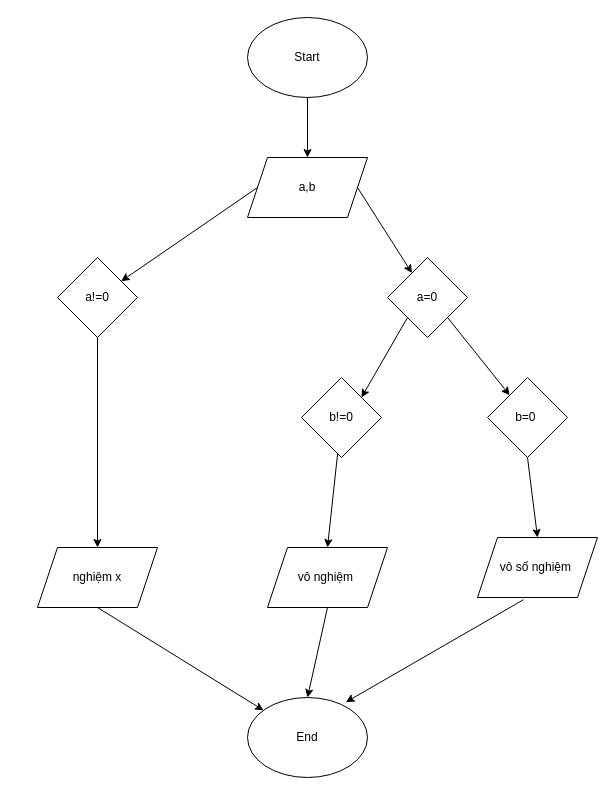
Before: ex6.drawio in loccloccc/laptrinhC-session1, a draw.io diagram. Source tidied: cells renumbered, new cells numbered last; positions are measured from the earlier drawing's top-left corner, leaving out a move shared by most shapes. Both pictures are drawn from the tidied source at 100%, with x=0, y=0 at pixel (37, 17).
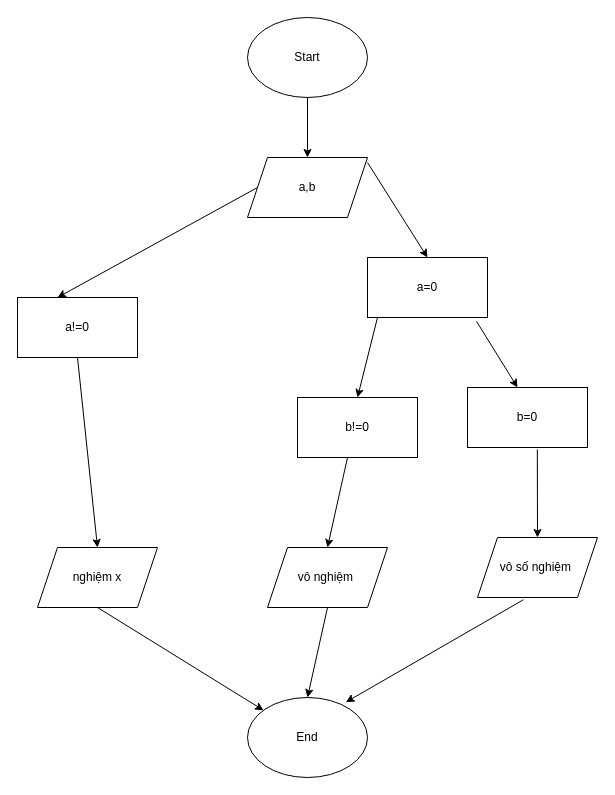
Above is the later version.

Commit message:
nộp BTVN session 1

Unchanged cells that the change refers to:
```xml
<mxCell id="3" value="a,b" style="shape=parallelogram;perimeter=parallelogramPerimeter;whiteSpace=wrap;html=1;fixedSize=1;" parent="1" vertex="1">
  <mxGeometry x="210" y="140" width="120" height="60" as="geometry" />
</mxCell>
<mxCell id="8" value="vô nghiệm&amp;nbsp;" style="shape=parallelogram;perimeter=parallelogramPerimeter;whiteSpace=wrap;html=1;fixedSize=1;" parent="1" vertex="1">
  <mxGeometry x="230" y="530" width="120" height="60" as="geometry" />
</mxCell>
<mxCell id="9" value="vô số nghiệm&amp;nbsp;" style="shape=parallelogram;perimeter=parallelogramPerimeter;whiteSpace=wrap;html=1;fixedSize=1;" parent="1" vertex="1">
  <mxGeometry x="440" y="520" width="120" height="60" as="geometry" />
</mxCell>
<mxCell id="10" value="nghiệm x" style="shape=parallelogram;perimeter=parallelogramPerimeter;whiteSpace=wrap;html=1;fixedSize=1;" parent="1" vertex="1">
  <mxGeometry y="530" width="120" height="60" as="geometry" />
</mxCell>
```

The edit, as a diff of the source:
```diff
@@
-    <mxCell id="4" value="a=0" style="rhombus;whiteSpace=wrap;html=1;" parent="1" vertex="1">
-      <mxGeometry x="350" y="240" width="80" height="80" as="geometry" />
-    </mxCell>
-    <mxCell id="5" value="a!=0" style="rhombus;whiteSpace=wrap;html=1;" parent="1" vertex="1">
-      <mxGeometry x="20" y="240" width="80" height="80" as="geometry" />
-    </mxCell>
-    <mxCell id="6" value="b!=0" style="rhombus;whiteSpace=wrap;html=1;" parent="1" vertex="1">
-      <mxGeometry x="264" y="360" width="80" height="80" as="geometry" />
-    </mxCell>
-    <mxCell id="7" value="b=0&amp;nbsp;" style="rhombus;whiteSpace=wrap;html=1;" parent="1" vertex="1">
-      <mxGeometry x="450" y="360" width="80" height="80" as="geometry" />
-    </mxCell>
@@
-    <mxCell id="11" style="endArrow=classic;html=1;rounded=0;exitX=0.5;exitY=1;exitDx=0;exitDy=0;entryX=0.5;entryY=0;entryDx=0;entryDy=0;" parent="1" edge="1" source="5" target="10">
-      <mxGeometry relative="1" as="geometry" />
+    <mxCell id="11" style="endArrow=classic;html=1;rounded=0;entryX=0.5;entryY=0;entryDx=0;entryDy=0;" parent="1" edge="1" target="10">
+      <mxGeometry relative="1" as="geometry">
+        <mxPoint x="40" y="340" as="sourcePoint" />
+      </mxGeometry>
     </mxCell>
@@
-    <mxCell id="14" style="endArrow=classic;html=1;rounded=0;exitX=0;exitY=0.5;exitDx=0;exitDy=0;" parent="1" edge="1" source="3" target="5">
-      <mxGeometry relative="1" as="geometry" />
+    <mxCell id="14" style="endArrow=classic;html=1;rounded=0;exitX=0;exitY=0.5;exitDx=0;exitDy=0;" parent="1" edge="1" source="3">
+      <mxGeometry relative="1" as="geometry">
+        <mxPoint x="20" y="280" as="targetPoint" />
+      </mxGeometry>
     </mxCell>
-    <mxCell id="15" style="endArrow=classic;html=1;rounded=0;" parent="1" edge="1" target="4">
+    <mxCell id="15" style="endArrow=classic;html=1;rounded=0;entryX=0.5;entryY=0;entryDx=0;entryDy=0;" parent="1" edge="1" target="4">
       <mxGeometry relative="1" as="geometry">
-        <mxPoint x="320" y="170" as="sourcePoint" />
+        <mxPoint x="330" y="145" as="sourcePoint" />
       </mxGeometry>
     </mxCell>
-    <mxCell id="16" style="endArrow=classic;html=1;rounded=0;exitX=0;exitY=1;exitDx=0;exitDy=0;entryX=1;entryY=0;entryDx=0;entryDy=0;" parent="1" edge="1" source="4" target="6">
-      <mxGeometry relative="1" as="geometry" />
+    <mxCell id="16" style="endArrow=classic;html=1;rounded=0;entryX=0.5;entryY=0;entryDx=0;entryDy=0;" parent="1" edge="1" target="6">
+      <mxGeometry relative="1" as="geometry">
+        <mxPoint x="340" y="300" as="sourcePoint" />
+      </mxGeometry>
     </mxCell>
-    <mxCell id="17" style="endArrow=classic;html=1;rounded=0;exitX=1;exitY=1;exitDx=0;exitDy=0;" parent="1" edge="1" source="4" target="7">
-      <mxGeometry relative="1" as="geometry" />
+    <mxCell id="17" style="endArrow=classic;html=1;rounded=0;exitX=0.908;exitY=1.063;exitDx=0;exitDy=0;exitPerimeter=0;" parent="1" edge="1" source="4">
+      <mxGeometry relative="1" as="geometry">
+        <mxPoint x="480" y="370" as="targetPoint" />
+      </mxGeometry>
     </mxCell>
-    <mxCell id="18" style="endArrow=classic;html=1;rounded=0;entryX=0.5;entryY=0;entryDx=0;entryDy=0;" parent="1" edge="1" source="6" target="8">
-      <mxGeometry relative="1" as="geometry" />
+    <mxCell id="18" style="endArrow=classic;html=1;rounded=0;entryX=0.5;entryY=0;entryDx=0;entryDy=0;" parent="1" edge="1" target="8">
+      <mxGeometry relative="1" as="geometry">
+        <mxPoint x="310" y="440" as="sourcePoint" />
+        <Array as="points">
+          <mxPoint x="310" y="440" />
+        </Array>
+      </mxGeometry>
     </mxCell>
-    <mxCell id="19" style="endArrow=classic;html=1;rounded=0;exitX=0.5;exitY=1;exitDx=0;exitDy=0;entryX=0.5;entryY=0;entryDx=0;entryDy=0;" parent="1" edge="1" source="7" target="9">
+    <mxCell id="19" style="endArrow=classic;html=1;rounded=0;entryX=0.5;entryY=0;entryDx=0;entryDy=0;exitX=0.582;exitY=1.03;exitDx=0;exitDy=0;exitPerimeter=0;" parent="1" edge="1" source="7" target="9">
       <mxGeometry relative="1" as="geometry" />
     </mxCell>
@@
+    <mxCell id="5" value="a!=0" style="rounded=0;whiteSpace=wrap;html=1;" parent="1" vertex="1">
+      <mxGeometry x="-20" y="280" width="120" height="60" as="geometry" />
+    </mxCell>
+    <mxCell id="23" style="edgeStyle=orthogonalEdgeStyle;rounded=0;jettySize=auto;html=1;exitX=0.5;exitY=0;exitDx=0;exitDy=0;" parent="1" edge="1" source="4">
+      <mxGeometry relative="1" as="geometry">
+        <mxPoint x="390" y="260" as="targetPoint" />
+      </mxGeometry>
+    </mxCell>
+    <mxCell id="4" value="a=0" style="rounded=0;whiteSpace=wrap;html=1;" parent="1" vertex="1">
+      <mxGeometry x="330" y="240" width="120" height="60" as="geometry" />
+    </mxCell>
+    <mxCell id="6" value="b!=0" style="rounded=0;whiteSpace=wrap;html=1;" parent="1" vertex="1">
+      <mxGeometry x="260" y="380" width="120" height="60" as="geometry" />
+    </mxCell>
+    <mxCell id="7" value="b=0" style="rounded=0;whiteSpace=wrap;html=1;" parent="1" vertex="1">
+      <mxGeometry x="430" y="370" width="120" height="60" as="geometry" />
+    </mxCell>
```
